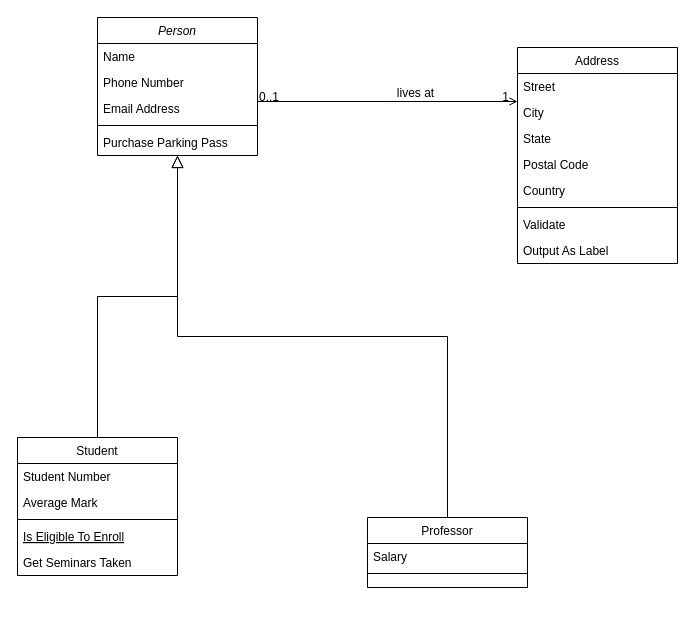
camelCaseGuy/reqEngrPrototype keeps this draw.io diagram as JobQuestAI.drawio. Above is the earlier version. Source tidied: cells renumbered, new cells numbered last; positions are measured from the earlier drawing's top-left corner, leaving out a move shared by most shapes. Both pictures are drawn from the tidied source at 100%, with x=0, y=0 at pixel (17, 17).
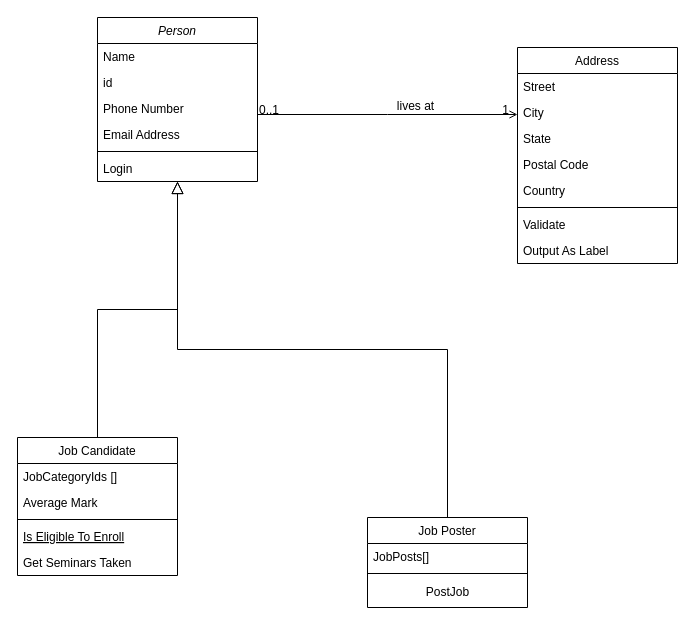
Above is the later version.

Diff of the diagram source:
```diff
@@
     <mxCell id="2" value="Person" style="swimlane;fontStyle=2;align=center;verticalAlign=top;horizontal=1;startSize=26;rounded=0;shadow=0;strokeWidth=1;" parent="1" vertex="1">
-      <mxGeometry x="80" width="160" height="138" as="geometry" />
+      <mxGeometry x="80" width="160" height="164" as="geometry" />
     </mxCell>
@@
+    <mxCell id="32" value="id" style="text;align=left;verticalAlign=top;spacingLeft=4;spacingRight=4;overflow=hidden;" parent="2" vertex="1">
+      <mxGeometry y="52" width="160" height="26" as="geometry" />
+    </mxCell>
     <mxCell id="4" value="Phone Number" style="text;align=left;verticalAlign=top;spacingLeft=4;spacingRight=4;overflow=hidden;rounded=0;shadow=0;html=0;" parent="2" vertex="1">
-      <mxGeometry y="52" width="160" height="26" as="geometry" />
+      <mxGeometry y="78" width="160" height="26" as="geometry" />
     </mxCell>
     <mxCell id="5" value="Email Address" style="text;align=left;verticalAlign=top;spacingLeft=4;spacingRight=4;overflow=hidden;rounded=0;shadow=0;html=0;" parent="2" vertex="1">
-      <mxGeometry y="78" width="160" height="26" as="geometry" />
+      <mxGeometry y="104" width="160" height="26" as="geometry" />
     </mxCell>
     <mxCell id="6" style="line;html=1;strokeWidth=1;align=left;verticalAlign=middle;spacingTop=-1;spacingLeft=3;spacingRight=3;labelPosition=right;" parent="2" vertex="1">
-      <mxGeometry y="104" width="160" height="8" as="geometry" />
+      <mxGeometry y="130" width="160" height="8" as="geometry" />
     </mxCell>
-    <mxCell id="7" value="Purchase Parking Pass" style="text;align=left;verticalAlign=top;spacingLeft=4;spacingRight=4;overflow=hidden;" parent="2" vertex="1">
-      <mxGeometry y="112" width="160" height="26" as="geometry" />
+    <mxCell id="7" value="Login" style="text;align=left;verticalAlign=top;spacingLeft=4;spacingRight=4;overflow=hidden;" parent="2" vertex="1">
+      <mxGeometry y="138" width="160" height="26" as="geometry" />
     </mxCell>
-    <mxCell id="8" value="Student" style="swimlane;fontStyle=0;align=center;verticalAlign=top;horizontal=1;startSize=26;rounded=0;shadow=0;strokeWidth=1;" parent="1" vertex="1">
+    <mxCell id="8" value="Job Candidate" style="swimlane;fontStyle=0;align=center;verticalAlign=top;horizontal=1;startSize=26;rounded=0;shadow=0;strokeWidth=1;" parent="1" vertex="1">
       <mxGeometry y="420" width="160" height="138" as="geometry" />
     </mxCell>
-    <mxCell id="9" value="Student Number" style="text;align=left;verticalAlign=top;spacingLeft=4;spacingRight=4;overflow=hidden;" parent="8" vertex="1">
+    <mxCell id="9" value="JobCategoryIds []&#10;" style="text;align=left;verticalAlign=top;spacingLeft=4;spacingRight=4;overflow=hidden;" parent="8" vertex="1">
       <mxGeometry y="26" width="160" height="26" as="geometry" />
     </mxCell>
@@
-    <mxCell id="15" value="Professor" style="swimlane;fontStyle=0;align=center;verticalAlign=top;horizontal=1;startSize=26;rounded=0;shadow=0;strokeWidth=1;" parent="1" vertex="1">
-      <mxGeometry x="350" y="500" width="160" height="70" as="geometry" />
+    <mxCell id="15" value="Job Poster" style="swimlane;fontStyle=0;align=center;verticalAlign=top;horizontal=1;startSize=26;rounded=0;shadow=0;strokeWidth=1;" parent="1" vertex="1">
+      <mxGeometry x="350" y="500" width="160" height="90" as="geometry" />
     </mxCell>
-    <mxCell id="16" value="Salary" style="text;align=left;verticalAlign=top;spacingLeft=4;spacingRight=4;overflow=hidden;" parent="15" vertex="1">
+    <mxCell id="16" value="JobPosts[]" style="text;align=left;verticalAlign=top;spacingLeft=4;spacingRight=4;overflow=hidden;" parent="15" vertex="1">
       <mxGeometry y="26" width="160" height="26" as="geometry" />
     </mxCell>
@@
+    <mxCell id="33" value="PostJob" style="text;html=1;align=center;verticalAlign=middle;strokeColor=none;fillColor=none;" parent="15" vertex="1">
+      <mxGeometry y="60" width="160" height="30" as="geometry" />
+    </mxCell>
```
